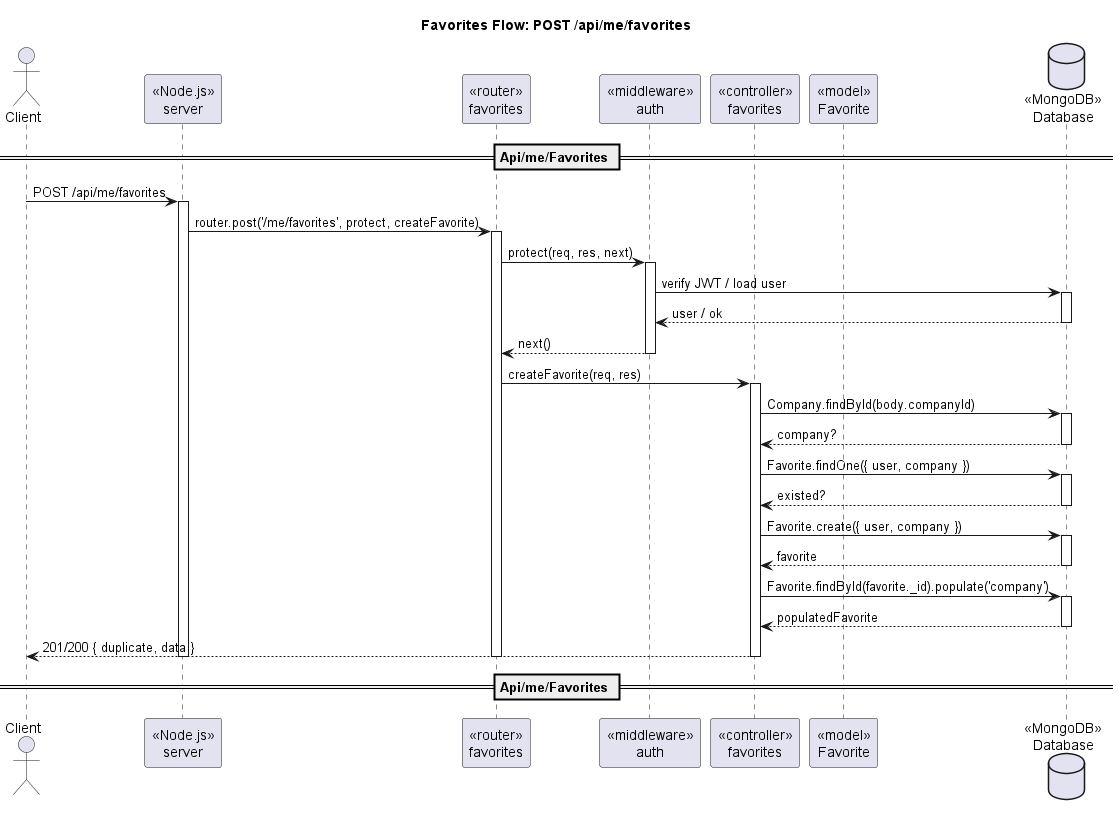
098ff/ArtmaybeDEV keeps this PlantUML diagram as out/docs/diagram/sequence/seq_me_favorites_post.png. Above is the earlier version.
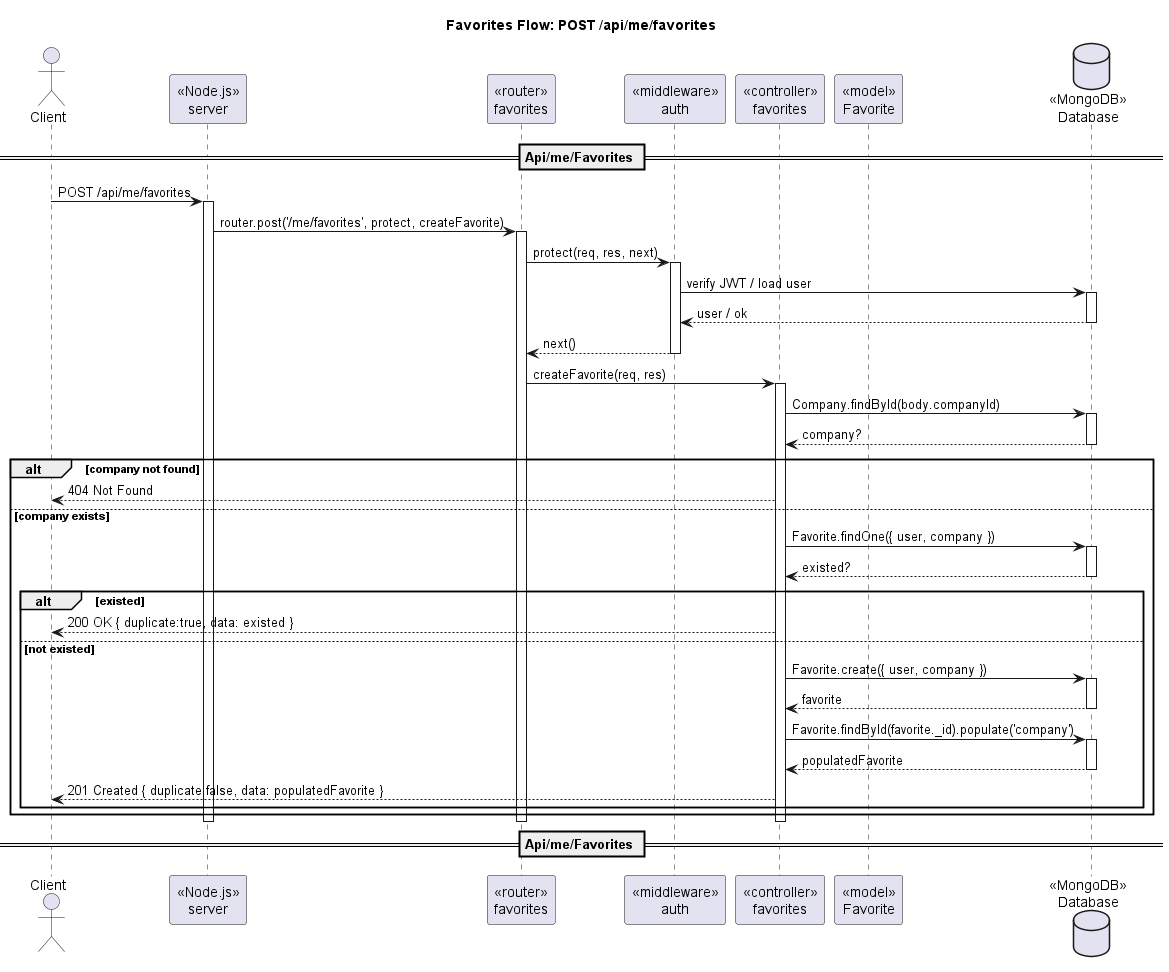
Later version of the same file.

Change to the diagram source:
```diff
@@ -27,19 +27,27 @@
 activate DB
 DB --> Ctrl : company?
 deactivate DB
-Ctrl -> DB : Favorite.findOne({ user, company })
-activate DB
-DB --> Ctrl : existed?
-deactivate DB
-Ctrl -> DB : Favorite.create({ user, company })
-activate DB
-DB --> Ctrl : favorite
-deactivate DB
-Ctrl -> DB : Favorite.findById(favorite._id).populate('company')
-activate DB
-DB --> Ctrl : populatedFavorite
-deactivate DB
-Ctrl --> Client : 201/200 { duplicate, data }
+alt company not found
+  Ctrl --> Client : 404 Not Found
+else company exists
+  Ctrl -> DB : Favorite.findOne({ user, company })
+  activate DB
+  DB --> Ctrl : existed?
+  deactivate DB
+  alt existed
+    Ctrl --> Client : 200 OK { duplicate:true, data: existed }
+  else not existed
+    Ctrl -> DB : Favorite.create({ user, company })
+    activate DB
+    DB --> Ctrl : favorite
+    deactivate DB
+    Ctrl -> DB : Favorite.findById(favorite._id).populate('company')
+    activate DB
+    DB --> Ctrl : populatedFavorite
+    deactivate DB
+    Ctrl --> Client : 201 Created { duplicate:false, data: populatedFavorite }
+  end
+end
 deactivate Ctrl
 deactivate Router
 deactivate Server
```
